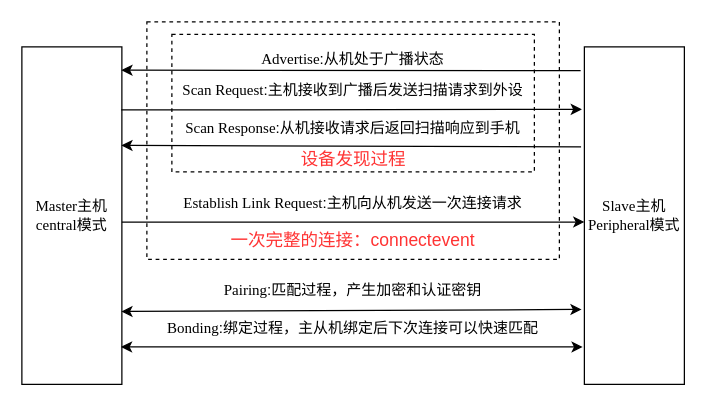
The draw.io diagram page "第 2 页" (2 of 3) of BLU.drawio in RunningManlt/bj18, before the edit. Source tidied: cells renumbered, new cells numbered last; positions are measured from the earlier drawing's top-left corner, leaving out a move shared by most shapes. Both pictures are drawn from the tidied source at 125%, with x=0, y=0 at pixel (21, 21).
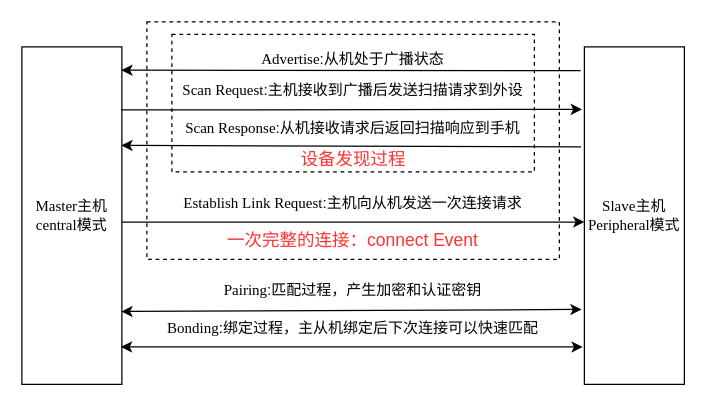
Above is the later version.

What changed in the source:
```diff
@@
-    <mxCell id="19" value="&lt;font color=&quot;#ff3333&quot;&gt;一次完整的连接：connectevent&lt;/font&gt;" style="text;html=1;strokeColor=none;fillColor=none;align=center;verticalAlign=middle;whiteSpace=wrap;rounded=0;fontFamily=宋体;fontSize=14;" parent="1" vertex="1">
+    <mxCell id="19" value="&lt;font color=&quot;#ff3333&quot;&gt;一次完整的连接：connect Event&lt;/font&gt;" style="text;html=1;strokeColor=none;fillColor=none;align=center;verticalAlign=middle;whiteSpace=wrap;rounded=0;fontFamily=宋体;fontSize=14;" parent="1" vertex="1">
       <mxGeometry x="155" y="160" width="220" height="30" as="geometry" />
     </mxCell>
```
